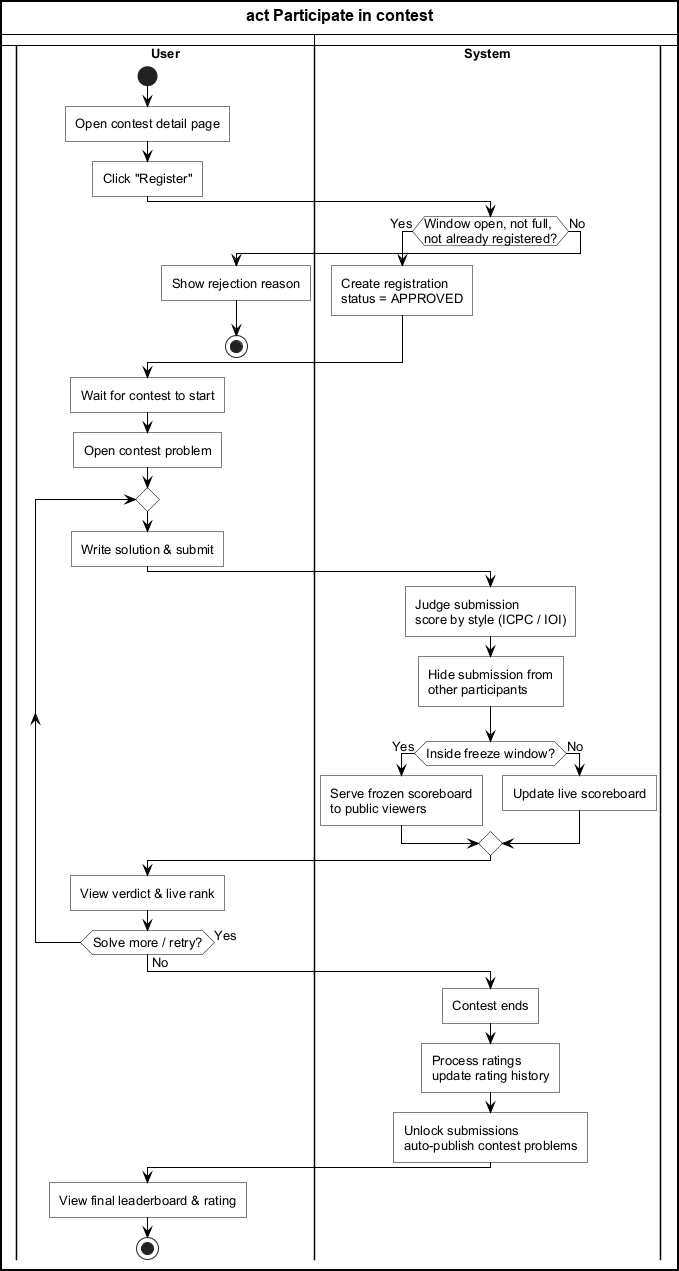
The PlantUML diagram Thesis/final/figures/activity-participate-contest.png in InfiniteGosi/TDTUOJ, before a commit. Its source is kept beside it as Thesis/final/figures/activity-participate-contest.puml.
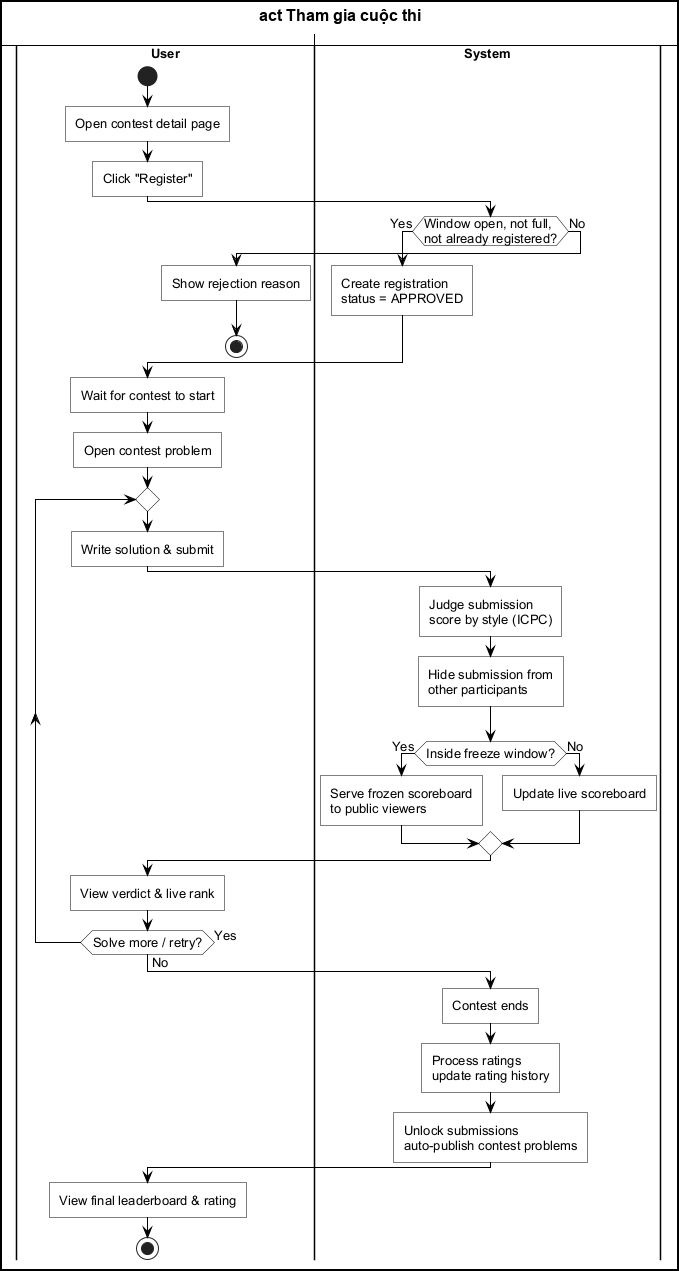
Above is the later version.

Diff of the diagram source:
```diff
@@ -32,7 +32,7 @@
 repeat
   :Write solution & submit;
   |System|
-  :Judge submission\nscore by style (ICPC / IOI);
+  :Judge submission\nscore by style (ICPC);
   :Hide submission from\nother participants;
   if (Inside freeze window?) then (Yes)
     :Serve frozen scoreboard\nto public viewers;
```
